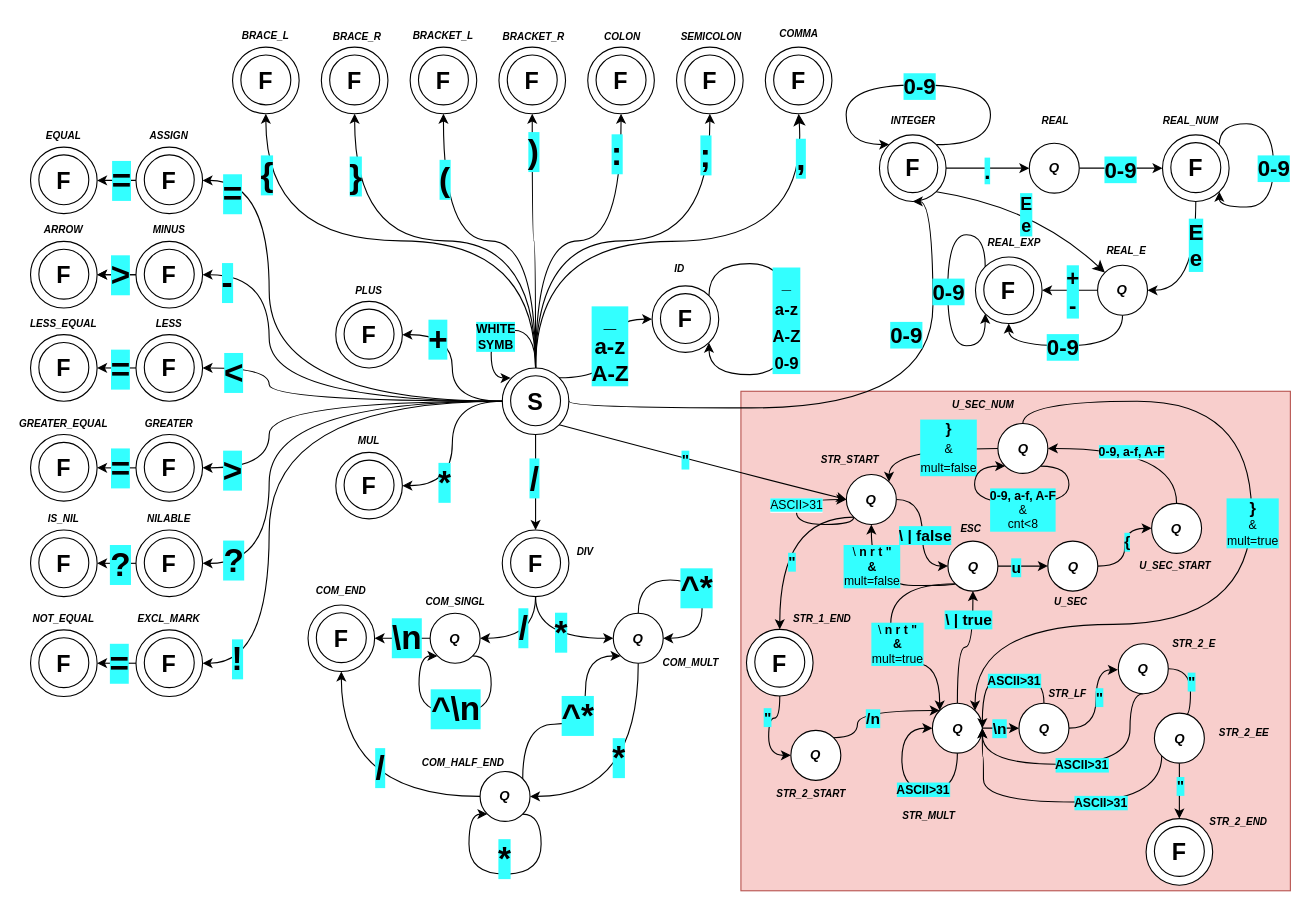
The draw.io diagram lexer.drawio in xshche05/IFJ-2023-project-compiler, before the edit. Source tidied: cells renumbered, new cells numbered last; positions are measured from the earlier drawing's top-left corner, leaving out a move shared by most shapes. Both pictures are drawn from the tidied source at 111%, with x=0, y=0 at pixel (30, 19).
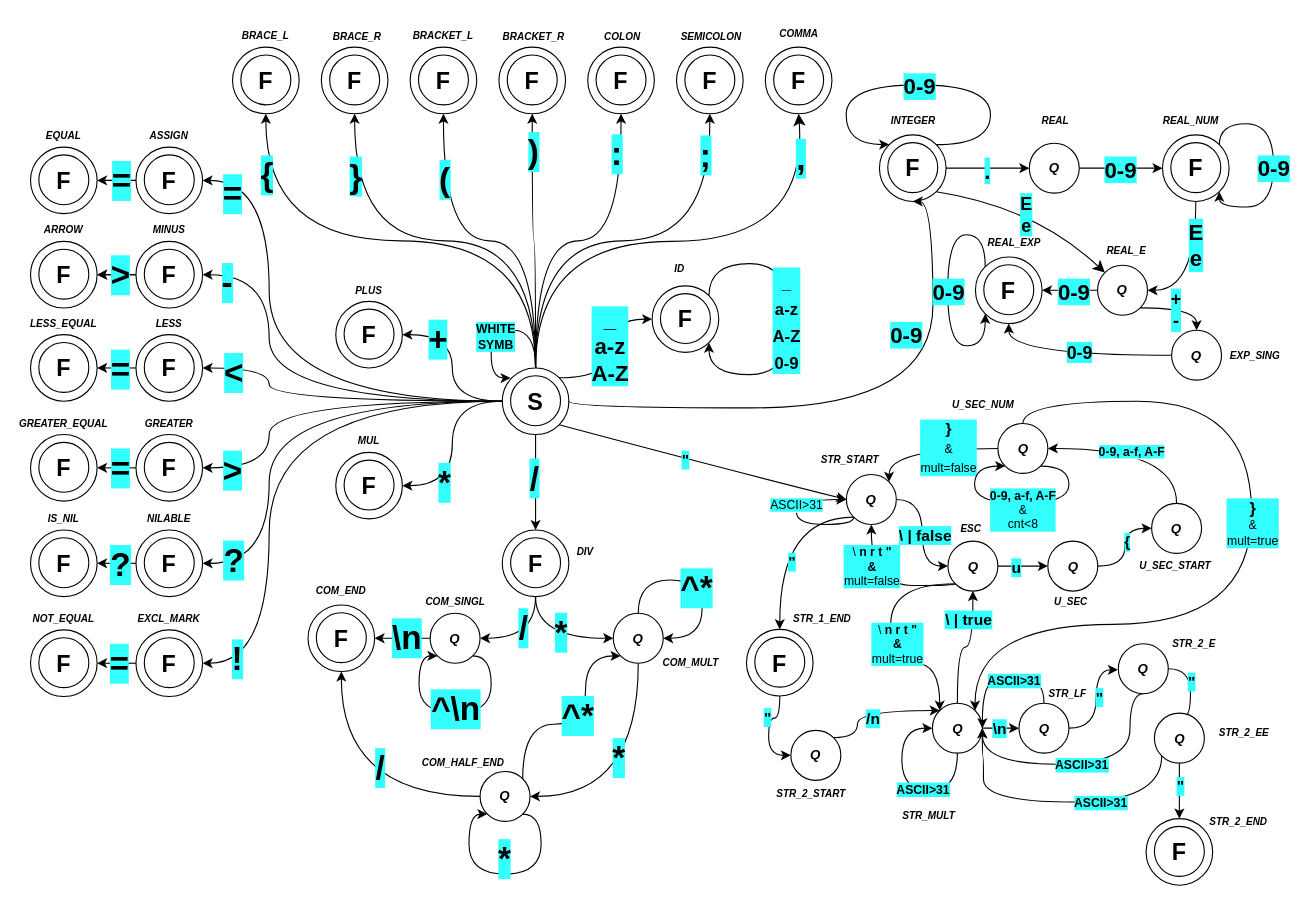
Above is the later version.

Commit message:
real sign exp fix

Unchanged cells that the change refers to:
```xml
<mxCell id="225" value="&lt;b&gt;&lt;i&gt;Q&lt;/i&gt;&lt;/b&gt;" style="ellipse;whiteSpace=wrap;html=1;" parent="1" vertex="1">
  <mxGeometry x="961.3" y="221.5" width="45" height="45" as="geometry" />
</mxCell>
<mxCell id="226" style="group;" parent="1" vertex="1">
  <mxGeometry x="851.3" y="214" width="60" height="60" as="geometry" />
</mxCell>
<mxCell id="229" value="&lt;span style=&quot;font-size: 21px;&quot;&gt;&lt;b&gt;F&lt;/b&gt;&lt;/span&gt;" style="text;html=1;strokeColor=none;fillColor=none;align=center;verticalAlign=middle;whiteSpace=wrap;rounded=0;" parent="226" vertex="1">
  <mxGeometry y="15" width="60" height="30" as="geometry" />
</mxCell>
```

Change to the diagram source:
```diff
@@
-    <mxCell id="2" style="rounded=0;whiteSpace=wrap;html=1;fillColor=#f8cecc;strokeColor=#b85450;" parent="1" vertex="1">
-      <mxGeometry x="640" y="335" width="495" height="450" as="geometry" />
-    </mxCell>
@@
-    <mxCell id="221" style="edgeStyle=orthogonalEdgeStyle;rounded=0;jettySize=auto;html=1;exitX=0;exitY=0.5;exitDx=0;exitDy=0;" parent="1" edge="1" source="225" target="229">
-      <mxGeometry relative="1" as="geometry" />
-    </mxCell>
-    <mxCell id="222" value="+&lt;br style=&quot;font-size: 20px;&quot;&gt;-" style="edgeLabel;html=1;align=center;verticalAlign=middle;fontSize=20;fontStyle=1;labelBackgroundColor=#33FFFF;" parent="221" vertex="1">
-      <mxGeometry x="-0.07" relative="1" as="geometry" />
-    </mxCell>
-    <mxCell id="223" style="edgeStyle=orthogonalEdgeStyle;jettySize=auto;html=1;exitX=0.5;exitY=1;exitDx=0;exitDy=0;entryX=0.5;entryY=1;entryDx=0;entryDy=0;curved=1;" parent="1" edge="1" source="225" target="226">
+    <mxCell id="223" style="edgeStyle=orthogonalEdgeStyle;jettySize=auto;html=1;exitX=0;exitY=0.5;exitDx=0;exitDy=0;entryX=1;entryY=0.5;entryDx=0;entryDy=0;curved=1;" parent="1" edge="1" source="225" target="229">
       <mxGeometry relative="1" as="geometry" />
     </mxCell>
     <mxCell id="224" value="0-9" style="edgeLabel;html=1;align=center;verticalAlign=middle;fontSize=20;fontStyle=1;labelBackgroundColor=#33FFFF;" parent="223" vertex="1">
-      <mxGeometry x="0.09" relative="1" as="geometry" />
+      <mxGeometry x="0.09" relative="1" as="geometry">
+        <mxPoint x="5" as="offset" />
+      </mxGeometry>
     </mxCell>
+    <mxCell id="317" style="edgeStyle=orthogonalEdgeStyle;jettySize=auto;html=1;exitX=1;exitY=1;exitDx=0;exitDy=0;entryX=0.5;entryY=0;entryDx=0;entryDy=0;curved=1;" parent="1" edge="1" source="225" target="320">
+      <mxGeometry relative="1" as="geometry" />
+    </mxCell>
+    <mxCell id="222" value="+&lt;br style=&quot;font-size: 16px;&quot;&gt;-" style="edgeLabel;html=1;align=center;verticalAlign=middle;labelBackgroundColor=#33FFFF;fontSize=16;fontStyle=1;" parent="317" vertex="1">
+      <mxGeometry x="-0.1" y="-2" relative="1" as="geometry" />
+    </mxCell>
@@
+    <mxCell id="318" style="edgeStyle=orthogonalEdgeStyle;jettySize=auto;html=1;exitX=0;exitY=0.5;exitDx=0;exitDy=0;entryX=0.5;entryY=1;entryDx=0;entryDy=0;curved=1;" parent="1" edge="1" source="320" target="226">
+      <mxGeometry relative="1" as="geometry" />
+    </mxCell>
+    <mxCell id="319" value="0-9" style="edgeLabel;html=1;align=center;verticalAlign=middle;labelBackgroundColor=#33FFFF;fontSize=16;fontStyle=1;" parent="318" vertex="1">
+      <mxGeometry x="-0.04" y="-3" relative="1" as="geometry" />
+    </mxCell>
+    <mxCell id="320" value="&lt;b&gt;&lt;i&gt;Q&lt;/i&gt;&lt;/b&gt;" style="ellipse;whiteSpace=wrap;html=1;" parent="1" vertex="1">
+      <mxGeometry x="1028" y="280" width="45" height="45" as="geometry" />
+    </mxCell>
+    <mxCell id="321" value="EXP_SING" style="text;html=1;align=center;verticalAlign=middle;strokeColor=none;fillColor=none;fontSize=9;fontStyle=3;" parent="1" vertex="1">
+      <mxGeometry x="1070" y="290" width="65" height="25" as="geometry" />
+    </mxCell>
```
